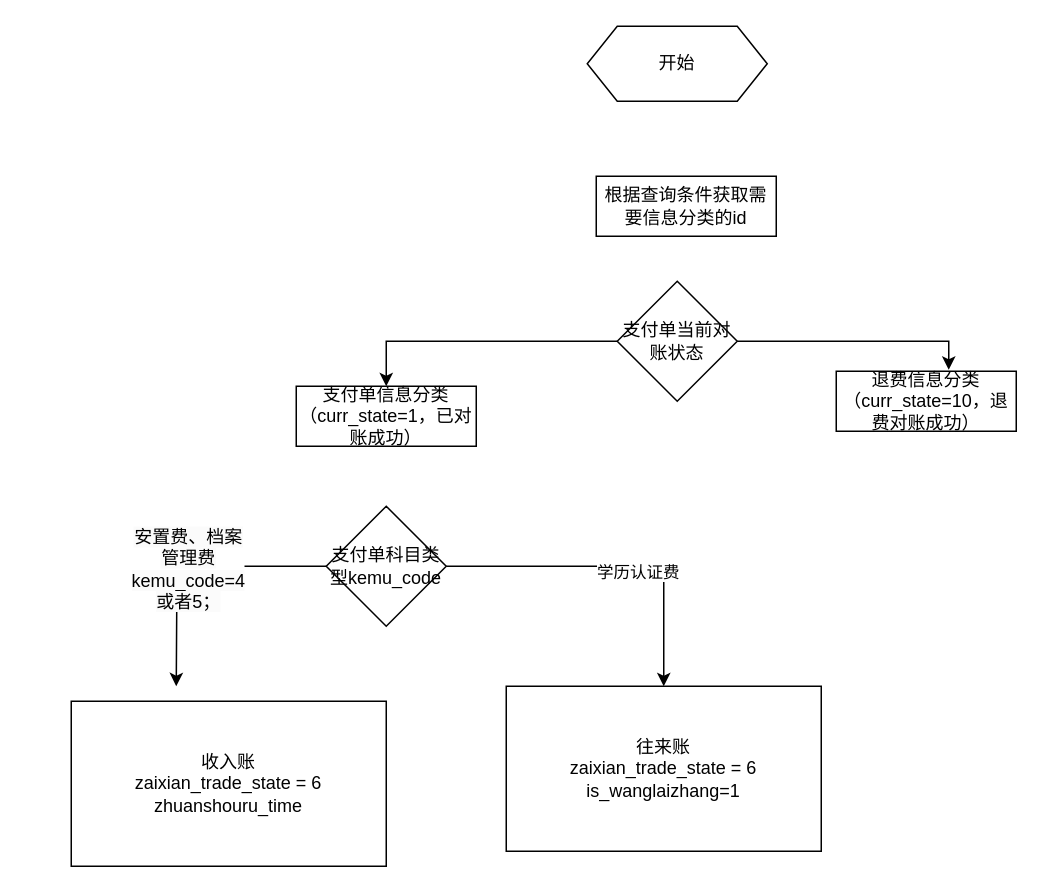
Above: 信息分类.drawio in zhangfengman/autoJs (draw.io), before the change. Source tidied: cells renumbered, new cells numbered last; positions are measured from the earlier drawing's top-left corner, leaving out a move shared by most shapes. Both pictures are drawn from the tidied source at 150%, with x=0, y=0 at pixel (70, 26).
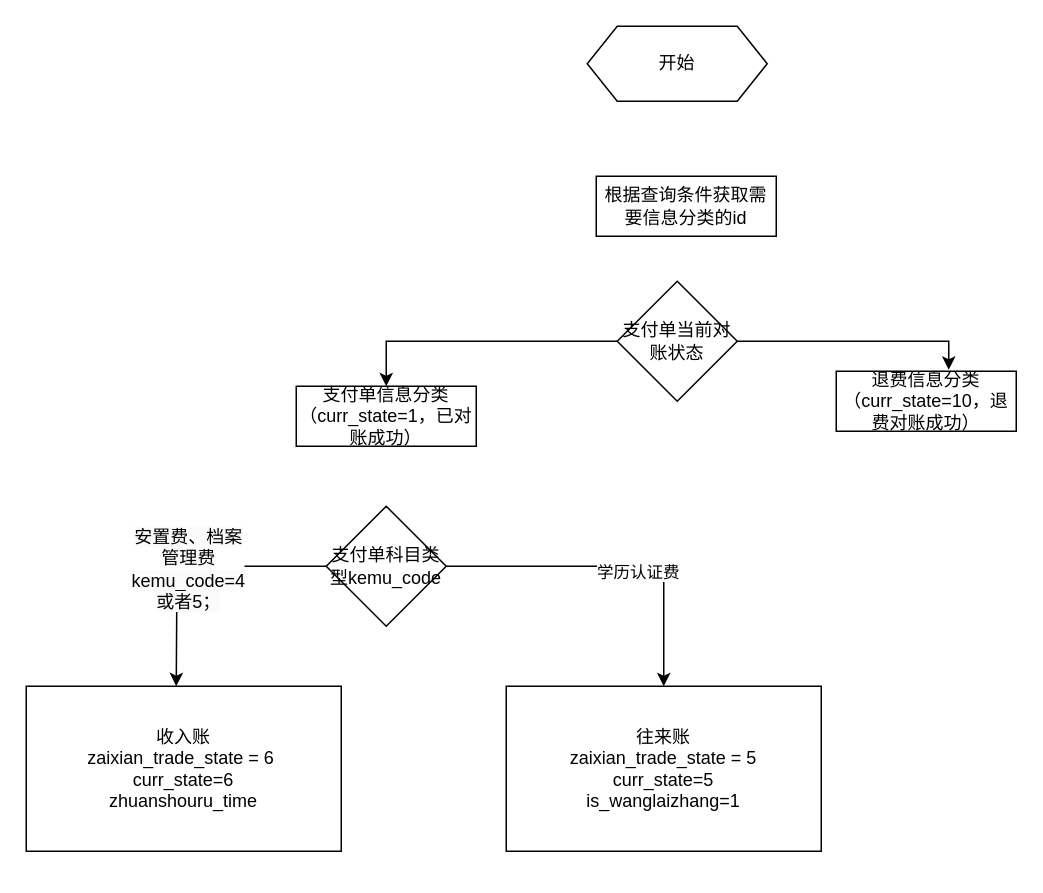
After the change.

Commit message (it also covers changes not shown here):
更新信息分类.drawio

Diff of the diagram source:
```diff
@@
 <mxGraphModel>
   <root>
     <mxCell id="0" />
     <mxCell id="1" parent="0" />
     <mxCell id="2" value="开始" style="shape=hexagon;perimeter=hexagonPerimeter2;whiteSpace=wrap;html=1;fixedSize=1;" parent="1" vertex="1">
       <mxGeometry x="344" width="120" height="50" as="geometry" />
     </mxCell>
     <mxCell id="3" value="根据查询条件获取需要信息分类的id" style="rounded=0;whiteSpace=wrap;html=1;" parent="1" vertex="1">
       <mxGeometry x="350" y="100" width="120" height="40" as="geometry" />
     </mxCell>
     <mxCell id="4" value="支付单信息分类（curr_state=1，已对账成功）" style="rounded=0;whiteSpace=wrap;html=1;" parent="1" vertex="1">
       <mxGeometry x="150" y="240" width="120" height="40" as="geometry" />
     </mxCell>
     <mxCell id="5" value="退费信息分类（curr_state=10，退费对账成功）" style="rounded=0;whiteSpace=wrap;html=1;" parent="1" vertex="1">
       <mxGeometry x="510" y="230" width="120" height="40" as="geometry" />
     </mxCell>
     <mxCell id="6" style="edgeStyle=orthogonalEdgeStyle;rounded=0;jettySize=auto;html=1;entryX=0.5;entryY=0;entryDx=0;entryDy=0;" parent="1" edge="1" source="7" target="4">
       <mxGeometry relative="1" as="geometry" />
     </mxCell>
     <mxCell id="7" value="支付单当前对账状态" style="rhombus;whiteSpace=wrap;html=1;" parent="1" vertex="1">
       <mxGeometry x="364" y="170" width="80" height="80" as="geometry" />
     </mxCell>
     <mxCell id="8" style="edgeStyle=orthogonalEdgeStyle;rounded=0;jettySize=auto;html=1;entryX=0.625;entryY=-0.025;entryDx=0;entryDy=0;entryPerimeter=0;" parent="1" edge="1" source="7" target="5">
       <mxGeometry relative="1" as="geometry" />
     </mxCell>
     <mxCell id="9" style="edgeStyle=orthogonalEdgeStyle;rounded=0;jettySize=auto;html=1;" parent="1" edge="1" source="13">
       <mxGeometry relative="1" as="geometry">
         <mxPoint x="70" y="440" as="targetPoint" />
       </mxGeometry>
     </mxCell>
     <mxCell id="10" value="&lt;span style=&quot;font-size: 12px; text-wrap: wrap; background-color: rgb(251, 251, 251);&quot;&gt;安置费、档案管理费kemu_code=4 或者5；&lt;/span&gt;" style="edgeLabel;html=1;align=center;verticalAlign=middle;" parent="9" vertex="1">
       <mxGeometry x="0.04" y="1" relative="1" as="geometry" />
     </mxCell>
     <mxCell id="11" style="edgeStyle=orthogonalEdgeStyle;rounded=0;jettySize=auto;html=1;" parent="1" edge="1" source="13" target="15">
       <mxGeometry relative="1" as="geometry" />
     </mxCell>
     <mxCell id="12" value="学历认证费" style="edgeLabel;html=1;align=center;verticalAlign=middle;" parent="11" vertex="1">
       <mxGeometry x="0.13" y="-3" relative="1" as="geometry" />
     </mxCell>
     <mxCell id="13" value="支付单科目类型kemu_code" style="rhombus;whiteSpace=wrap;html=1;" parent="1" vertex="1">
       <mxGeometry x="170" y="320" width="80" height="80" as="geometry" />
     </mxCell>
-    <mxCell id="14" value="收入账&lt;div&gt;zaixian_trade_state = 6&lt;br&gt;&lt;/div&gt;&lt;div&gt;zhuanshouru_time&lt;br&gt;&lt;/div&gt;" style="rounded=0;whiteSpace=wrap;html=1;" parent="1" vertex="1">
-      <mxGeometry y="450" width="210" height="110" as="geometry" />
+    <mxCell id="14" value="收入账&lt;div&gt;zaixian_trade_state = 6&amp;nbsp;&lt;br&gt;&lt;/div&gt;&lt;div&gt;curr_state=6&lt;br&gt;&lt;/div&gt;&lt;div&gt;zhuanshouru_time&lt;br&gt;&lt;/div&gt;" style="rounded=0;whiteSpace=wrap;html=1;" parent="1" vertex="1">
+      <mxGeometry x="-30" y="440" width="210" height="110" as="geometry" />
     </mxCell>
-    <mxCell id="15" value="&lt;div&gt;往来账&lt;/div&gt;&lt;div&gt;zaixian_trade_state = 6&lt;br&gt;&lt;/div&gt;&lt;div&gt;is_wanglaizhang=1&lt;br&gt;&lt;/div&gt;" style="rounded=0;whiteSpace=wrap;html=1;" parent="1" vertex="1">
+    <mxCell id="15" value="&lt;div&gt;往来账&lt;/div&gt;&lt;div&gt;zaixian_trade_state = 5&lt;br&gt;&lt;/div&gt;&lt;div&gt;curr_state=5&lt;br&gt;&lt;/div&gt;&lt;div&gt;is_wanglaizhang=1&lt;br&gt;&lt;/div&gt;" style="rounded=0;whiteSpace=wrap;html=1;" parent="1" vertex="1">
       <mxGeometry x="290" y="440" width="210" height="110" as="geometry" />
     </mxCell>
   </root>
 </mxGraphModel>
```
